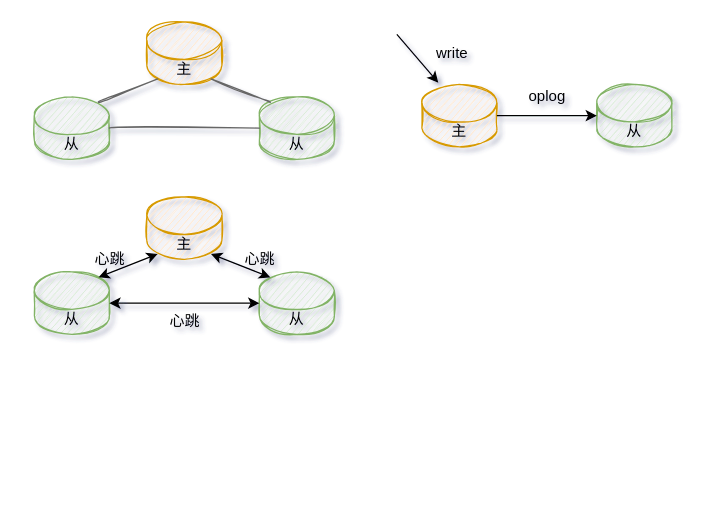
Before: diagrams/mongodb.drawio in TayeShi/Twinkle, a draw.io diagram. Source tidied: cells renumbered, new cells numbered last; positions are measured from the earlier drawing's top-left corner, leaving out a move shared by most shapes. Both pictures are drawn from the tidied source at 125%, with x=0, y=0 at pixel (34, 21).
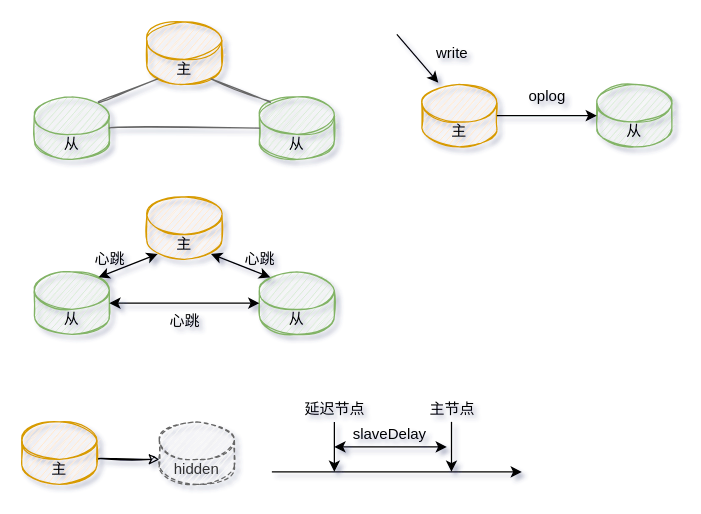
Above is the later version.

Change to the diagram source:
```diff
@@
+    <mxCell id="25" style="edgeStyle=orthogonalEdgeStyle;curved=1;rounded=0;sketch=1;jettySize=auto;html=1;exitX=1;exitY=0;exitDx=0;exitDy=30;exitPerimeter=0;entryX=0;entryY=0;entryDx=0;entryDy=30;entryPerimeter=0;endArrow=classic;endFill=1;" parent="1" edge="1" source="26" target="27">
+      <mxGeometry relative="1" as="geometry" />
+    </mxCell>
+    <mxCell id="26" value="主" style="shape=cylinder3;whiteSpace=wrap;html=1;boundedLbl=1;backgroundOutline=1;size=15;fillColor=#ffe6cc;strokeColor=#d79b00;sketch=1;rounded=1;" parent="1" vertex="1">
+      <mxGeometry x="-10" y="320" width="60" height="50" as="geometry" />
+    </mxCell>
+    <mxCell id="27" value="hidden" style="shape=cylinder3;whiteSpace=wrap;html=1;boundedLbl=1;backgroundOutline=1;size=15;fillColor=#f5f5f5;strokeColor=#666666;sketch=1;rounded=1;fontColor=#333333;dashed=1;" parent="1" vertex="1">
+      <mxGeometry x="100" y="320" width="60" height="50" as="geometry" />
+    </mxCell>
+    <mxCell id="28" style="endArrow=classic;html=1;" parent="1" edge="1">
+      <mxGeometry relative="1" as="geometry">
+        <mxPoint x="190" y="360" as="sourcePoint" />
+        <mxPoint x="390" y="360" as="targetPoint" />
+      </mxGeometry>
+    </mxCell>
+    <mxCell id="29" style="endArrow=classic;html=1;" parent="1" edge="1">
+      <mxGeometry relative="1" as="geometry">
+        <mxPoint x="240" y="320" as="sourcePoint" />
+        <mxPoint x="240" y="360" as="targetPoint" />
+      </mxGeometry>
+    </mxCell>
+    <mxCell id="30" style="endArrow=classic;html=1;" parent="1" edge="1">
+      <mxGeometry relative="1" as="geometry">
+        <mxPoint x="333.7" y="320" as="sourcePoint" />
+        <mxPoint x="333.7" y="360" as="targetPoint" />
+      </mxGeometry>
+    </mxCell>
+    <mxCell id="31" style="endArrow=classic;startArrow=classic;html=1;" parent="1" edge="1">
+      <mxGeometry relative="1" as="geometry">
+        <mxPoint x="240" y="340" as="sourcePoint" />
+        <mxPoint x="330" y="340" as="targetPoint" />
+      </mxGeometry>
+    </mxCell>
+    <mxCell id="32" value="延迟节点" style="text;html=1;align=center;verticalAlign=middle;strokeColor=none;" parent="1" vertex="1">
+      <mxGeometry x="210" y="300" width="60" height="20" as="geometry" />
+    </mxCell>
+    <mxCell id="33" value="主节点" style="text;html=1;align=center;verticalAlign=middle;strokeColor=none;" parent="1" vertex="1">
+      <mxGeometry x="309" y="300" width="50" height="20" as="geometry" />
+    </mxCell>
+    <mxCell id="34" value="slaveDelay" style="text;html=1;align=center;verticalAlign=middle;strokeColor=none;" parent="1" vertex="1">
+      <mxGeometry x="249" y="320" width="70" height="20" as="geometry" />
+    </mxCell>
```
